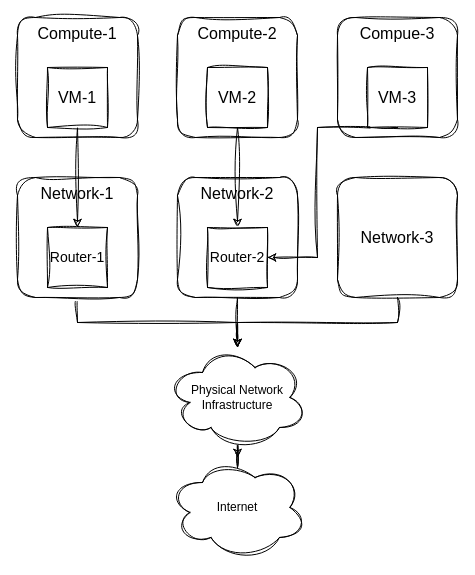
Above: page "欧拉-3" (11 of 11) of openstack.drawio in wangkuntian/draw (draw.io), before the change. Source tidied: cells renumbered, new cells numbered last; positions are measured from the earlier drawing's top-left corner, leaving out a move shared by most shapes. Both pictures are drawn from the tidied source at 100%, with x=0, y=0 at pixel (17, 17).
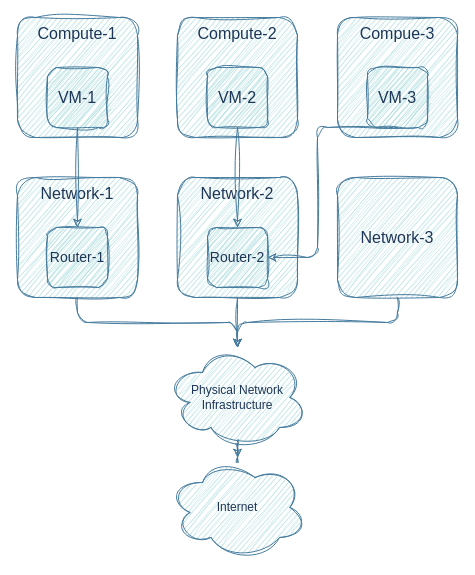
Above is the later version.

Change to the diagram source:
```diff
@@
-    <mxCell id="2" value="Compute-1" style="rounded=1;hachureGap=4;fontFamily=Helvetica;fontSize=16;verticalAlign=top;sketch=1;curveFitting=1;jiggle=2;whiteSpace=wrap;html=1;" parent="1" vertex="1">
+    <mxCell id="2" value="Compute-1" style="rounded=1;hachureGap=4;fontFamily=Helvetica;fontSize=16;verticalAlign=top;sketch=1;curveFitting=1;jiggle=2;whiteSpace=wrap;html=1;labelBackgroundColor=none;fillColor=#A8DADC;strokeColor=#457B9D;fontColor=#1D3557;" parent="1" vertex="1">
       <mxGeometry width="120" height="120" as="geometry" />
     </mxCell>
-    <mxCell id="3" value="Compute-2" style="rounded=1;hachureGap=4;fontFamily=Helvetica;fontSize=16;verticalAlign=top;sketch=1;curveFitting=1;jiggle=2;whiteSpace=wrap;html=1;" parent="1" vertex="1">
+    <mxCell id="3" value="Compute-2" style="rounded=1;hachureGap=4;fontFamily=Helvetica;fontSize=16;verticalAlign=top;sketch=1;curveFitting=1;jiggle=2;whiteSpace=wrap;html=1;labelBackgroundColor=none;fillColor=#A8DADC;strokeColor=#457B9D;fontColor=#1D3557;" parent="1" vertex="1">
       <mxGeometry x="160" width="120" height="120" as="geometry" />
     </mxCell>
-    <mxCell id="4" value="Compue-3" style="rounded=1;hachureGap=4;fontFamily=Helvetica;fontSize=16;verticalAlign=top;sketch=1;curveFitting=1;jiggle=2;whiteSpace=wrap;html=1;" parent="1" vertex="1">
+    <mxCell id="4" value="Compue-3" style="rounded=1;hachureGap=4;fontFamily=Helvetica;fontSize=16;verticalAlign=top;sketch=1;curveFitting=1;jiggle=2;whiteSpace=wrap;html=1;labelBackgroundColor=none;fillColor=#A8DADC;strokeColor=#457B9D;fontColor=#1D3557;" parent="1" vertex="1">
       <mxGeometry x="320" width="120" height="120" as="geometry" />
     </mxCell>
-    <mxCell id="5" style="edgeStyle=orthogonalEdgeStyle;rounded=0;jettySize=auto;exitX=0.5;exitY=1;exitDx=0;exitDy=0;sketch=1;curveFitting=1;jiggle=2;html=1;" parent="1" edge="1" source="6" target="15">
+    <mxCell id="5" style="edgeStyle=orthogonalEdgeStyle;rounded=1;jettySize=auto;exitX=0.5;exitY=1;exitDx=0;exitDy=0;sketch=1;curveFitting=1;jiggle=2;html=1;labelBackgroundColor=none;strokeColor=#457B9D;fontColor=default;" parent="1" edge="1" source="6" target="15">
       <mxGeometry relative="1" as="geometry" />
     </mxCell>
-    <mxCell id="6" value="Network-1" style="rounded=1;hachureGap=4;fontFamily=Helvetica;fontSize=16;verticalAlign=top;sketch=1;curveFitting=1;jiggle=2;whiteSpace=wrap;html=1;" parent="1" vertex="1">
+    <mxCell id="6" value="Network-1" style="rounded=1;hachureGap=4;fontFamily=Helvetica;fontSize=16;verticalAlign=top;sketch=1;curveFitting=1;jiggle=2;whiteSpace=wrap;html=1;labelBackgroundColor=none;fillColor=#A8DADC;strokeColor=#457B9D;fontColor=#1D3557;" parent="1" vertex="1">
       <mxGeometry y="160" width="120" height="120" as="geometry" />
     </mxCell>
-    <mxCell id="7" style="edgeStyle=orthogonalEdgeStyle;rounded=0;jettySize=auto;exitX=0.5;exitY=1;exitDx=0;exitDy=0;sketch=1;curveFitting=1;jiggle=2;html=1;" parent="1" edge="1" source="8" target="15">
+    <mxCell id="7" style="edgeStyle=orthogonalEdgeStyle;rounded=1;jettySize=auto;exitX=0.5;exitY=1;exitDx=0;exitDy=0;sketch=1;curveFitting=1;jiggle=2;html=1;labelBackgroundColor=none;strokeColor=#457B9D;fontColor=default;" parent="1" edge="1" source="8" target="15">
       <mxGeometry relative="1" as="geometry" />
     </mxCell>
-    <mxCell id="8" value="Network-2" style="rounded=1;hachureGap=4;fontFamily=Helvetica;fontSize=16;verticalAlign=top;sketch=1;curveFitting=1;jiggle=2;whiteSpace=wrap;html=1;" parent="1" vertex="1">
+    <mxCell id="8" value="Network-2" style="rounded=1;hachureGap=4;fontFamily=Helvetica;fontSize=16;verticalAlign=top;sketch=1;curveFitting=1;jiggle=2;whiteSpace=wrap;html=1;labelBackgroundColor=none;fillColor=#A8DADC;strokeColor=#457B9D;fontColor=#1D3557;" parent="1" vertex="1">
       <mxGeometry x="160" y="160" width="120" height="120" as="geometry" />
     </mxCell>
-    <mxCell id="9" style="edgeStyle=orthogonalEdgeStyle;rounded=0;jettySize=auto;exitX=0.5;exitY=1;exitDx=0;exitDy=0;sketch=1;curveFitting=1;jiggle=2;html=1;" parent="1" edge="1" source="10" target="15">
+    <mxCell id="9" style="edgeStyle=orthogonalEdgeStyle;rounded=1;jettySize=auto;exitX=0.5;exitY=1;exitDx=0;exitDy=0;sketch=1;curveFitting=1;jiggle=2;html=1;labelBackgroundColor=none;strokeColor=#457B9D;fontColor=default;" parent="1" edge="1" source="10" target="15">
       <mxGeometry relative="1" as="geometry" />
     </mxCell>
-    <mxCell id="10" value="Network-3" style="rounded=1;hachureGap=4;fontFamily=Helvetica;fontSize=16;verticalAlign=middle;sketch=1;curveFitting=1;jiggle=2;whiteSpace=wrap;html=1;" parent="1" vertex="1">
+    <mxCell id="10" value="Network-3" style="rounded=1;hachureGap=4;fontFamily=Helvetica;fontSize=16;verticalAlign=middle;sketch=1;curveFitting=1;jiggle=2;whiteSpace=wrap;html=1;labelBackgroundColor=none;fillColor=#A8DADC;strokeColor=#457B9D;fontColor=#1D3557;" parent="1" vertex="1">
       <mxGeometry x="320" y="160" width="120" height="120" as="geometry" />
     </mxCell>
-    <mxCell id="11" style="edgeStyle=orthogonalEdgeStyle;rounded=0;jettySize=auto;sketch=1;curveFitting=1;jiggle=2;html=1;" parent="1" edge="1" source="12" target="13">
+    <mxCell id="11" style="edgeStyle=orthogonalEdgeStyle;rounded=1;jettySize=auto;sketch=1;curveFitting=1;jiggle=2;html=1;labelBackgroundColor=none;strokeColor=#457B9D;fontColor=default;" parent="1" edge="1" source="12" target="13">
       <mxGeometry relative="1" as="geometry" />
     </mxCell>
-    <mxCell id="12" value="VM-1" style="hachureGap=4;fontFamily=Helvetica;fontSize=16;sketch=1;curveFitting=1;jiggle=2;whiteSpace=wrap;html=1;" parent="1" vertex="1">
+    <mxCell id="12" value="VM-1" style="hachureGap=4;fontFamily=Helvetica;fontSize=16;sketch=1;curveFitting=1;jiggle=2;whiteSpace=wrap;html=1;labelBackgroundColor=none;fillColor=#A8DADC;strokeColor=#457B9D;fontColor=#1D3557;rounded=1;" parent="1" vertex="1">
       <mxGeometry x="30" y="50" width="60" height="60" as="geometry" />
     </mxCell>
-    <mxCell id="13" value="Router-1" style="hachureGap=4;fontFamily=Helvetica;fontSize=14;sketch=1;curveFitting=1;jiggle=2;whiteSpace=wrap;html=1;" parent="1" vertex="1">
+    <mxCell id="13" value="Router-1" style="hachureGap=4;fontFamily=Helvetica;fontSize=14;sketch=1;curveFitting=1;jiggle=2;whiteSpace=wrap;html=1;labelBackgroundColor=none;fillColor=#A8DADC;strokeColor=#457B9D;fontColor=#1D3557;rounded=1;" parent="1" vertex="1">
       <mxGeometry x="30" y="210" width="60" height="60" as="geometry" />
     </mxCell>
-    <mxCell id="14" style="edgeStyle=orthogonalEdgeStyle;rounded=0;jettySize=auto;sketch=1;curveFitting=1;jiggle=2;html=1;" parent="1" edge="1" source="15" target="16">
+    <mxCell id="14" style="edgeStyle=orthogonalEdgeStyle;rounded=1;jettySize=auto;sketch=1;curveFitting=1;jiggle=2;html=1;labelBackgroundColor=none;strokeColor=#457B9D;fontColor=default;" parent="1" edge="1" source="15" target="16">
       <mxGeometry relative="1" as="geometry" />
     </mxCell>
-    <mxCell id="15" value="Physical Network Infrastructure" style="ellipse;shape=cloud;sketch=1;curveFitting=1;jiggle=2;whiteSpace=wrap;html=1;" parent="1" vertex="1">
+    <mxCell id="15" value="Physical Network Infrastructure" style="ellipse;shape=cloud;sketch=1;curveFitting=1;jiggle=2;whiteSpace=wrap;html=1;labelBackgroundColor=none;fillColor=#A8DADC;strokeColor=#457B9D;fontColor=#1D3557;rounded=1;" parent="1" vertex="1">
       <mxGeometry x="150" y="330" width="140" height="100" as="geometry" />
     </mxCell>
-    <mxCell id="16" value="Internet" style="ellipse;shape=cloud;sketch=1;curveFitting=1;jiggle=2;whiteSpace=wrap;html=1;" parent="1" vertex="1">
+    <mxCell id="16" value="Internet" style="ellipse;shape=cloud;sketch=1;curveFitting=1;jiggle=2;whiteSpace=wrap;html=1;labelBackgroundColor=none;fillColor=#A8DADC;strokeColor=#457B9D;fontColor=#1D3557;rounded=1;" parent="1" vertex="1">
       <mxGeometry x="150" y="440" width="140" height="100" as="geometry" />
     </mxCell>
-    <mxCell id="17" style="edgeStyle=orthogonalEdgeStyle;rounded=0;jettySize=auto;html=1;sketch=1;curveFitting=1;jiggle=2;" parent="1" edge="1" source="18" target="21">
+    <mxCell id="17" style="edgeStyle=orthogonalEdgeStyle;rounded=1;jettySize=auto;html=1;sketch=1;curveFitting=1;jiggle=2;labelBackgroundColor=none;strokeColor=#457B9D;fontColor=default;" parent="1" edge="1" source="18" target="21">
       <mxGeometry relative="1" as="geometry" />
     </mxCell>
-    <mxCell id="18" value="VM-2" style="hachureGap=4;fontFamily=Helvetica;fontSize=16;sketch=1;curveFitting=1;jiggle=2;whiteSpace=wrap;html=1;" parent="1" vertex="1">
+    <mxCell id="18" value="VM-2" style="hachureGap=4;fontFamily=Helvetica;fontSize=16;sketch=1;curveFitting=1;jiggle=2;whiteSpace=wrap;html=1;labelBackgroundColor=none;fillColor=#A8DADC;strokeColor=#457B9D;fontColor=#1D3557;rounded=1;" parent="1" vertex="1">
       <mxGeometry x="190" y="50" width="60" height="60" as="geometry" />
     </mxCell>
-    <mxCell id="19" style="edgeStyle=orthogonalEdgeStyle;rounded=0;jettySize=auto;html=1;exitX=0.5;exitY=1;exitDx=0;exitDy=0;entryX=1;entryY=0.5;entryDx=0;entryDy=0;sketch=1;curveFitting=1;jiggle=2;" parent="1" edge="1" source="20" target="21">
+    <mxCell id="19" style="edgeStyle=orthogonalEdgeStyle;rounded=1;jettySize=auto;html=1;exitX=0.5;exitY=1;exitDx=0;exitDy=0;entryX=1;entryY=0.5;entryDx=0;entryDy=0;sketch=1;curveFitting=1;jiggle=2;labelBackgroundColor=none;strokeColor=#457B9D;fontColor=default;" parent="1" edge="1" source="20" target="21">
       <mxGeometry relative="1" as="geometry">
         <Array as="points">
           <mxPoint x="300" y="110" />
           <mxPoint x="300" y="240" />
         </Array>
       </mxGeometry>
     </mxCell>
-    <mxCell id="20" value="VM-3" style="hachureGap=4;fontFamily=Helvetica;fontSize=16;sketch=1;curveFitting=1;jiggle=2;whiteSpace=wrap;html=1;" parent="1" vertex="1">
+    <mxCell id="20" value="VM-3" style="hachureGap=4;fontFamily=Helvetica;fontSize=16;sketch=1;curveFitting=1;jiggle=2;whiteSpace=wrap;html=1;labelBackgroundColor=none;fillColor=#A8DADC;strokeColor=#457B9D;fontColor=#1D3557;rounded=1;" parent="1" vertex="1">
       <mxGeometry x="350" y="50" width="60" height="60" as="geometry" />
     </mxCell>
-    <mxCell id="21" value="Router-2" style="hachureGap=4;fontFamily=Helvetica;fontSize=14;sketch=1;curveFitting=1;jiggle=2;whiteSpace=wrap;html=1;" parent="1" vertex="1">
+    <mxCell id="21" value="Router-2" style="hachureGap=4;fontFamily=Helvetica;fontSize=14;sketch=1;curveFitting=1;jiggle=2;whiteSpace=wrap;html=1;labelBackgroundColor=none;fillColor=#A8DADC;strokeColor=#457B9D;fontColor=#1D3557;rounded=1;" parent="1" vertex="1">
       <mxGeometry x="190" y="210" width="60" height="60" as="geometry" />
     </mxCell>
```
